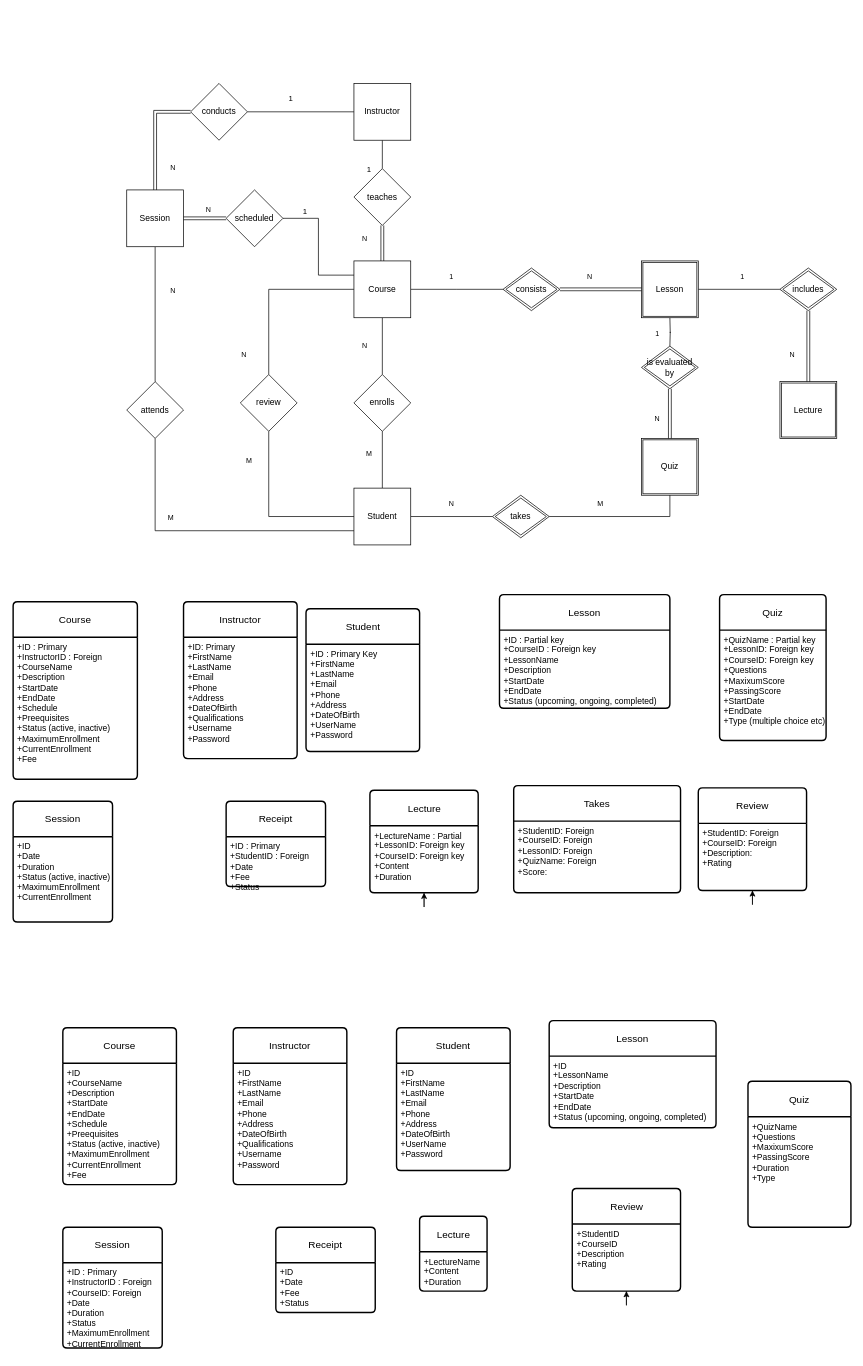
Before: ER.drawio in charisvt/edulink, a draw.io diagram. Source tidied: cells renumbered, new cells numbered last; positions are measured from the earlier drawing's top-left corner, leaving out a move shared by most shapes. Both pictures are drawn from the tidied source at 71%, with x=0, y=0 at pixel (13, 12).
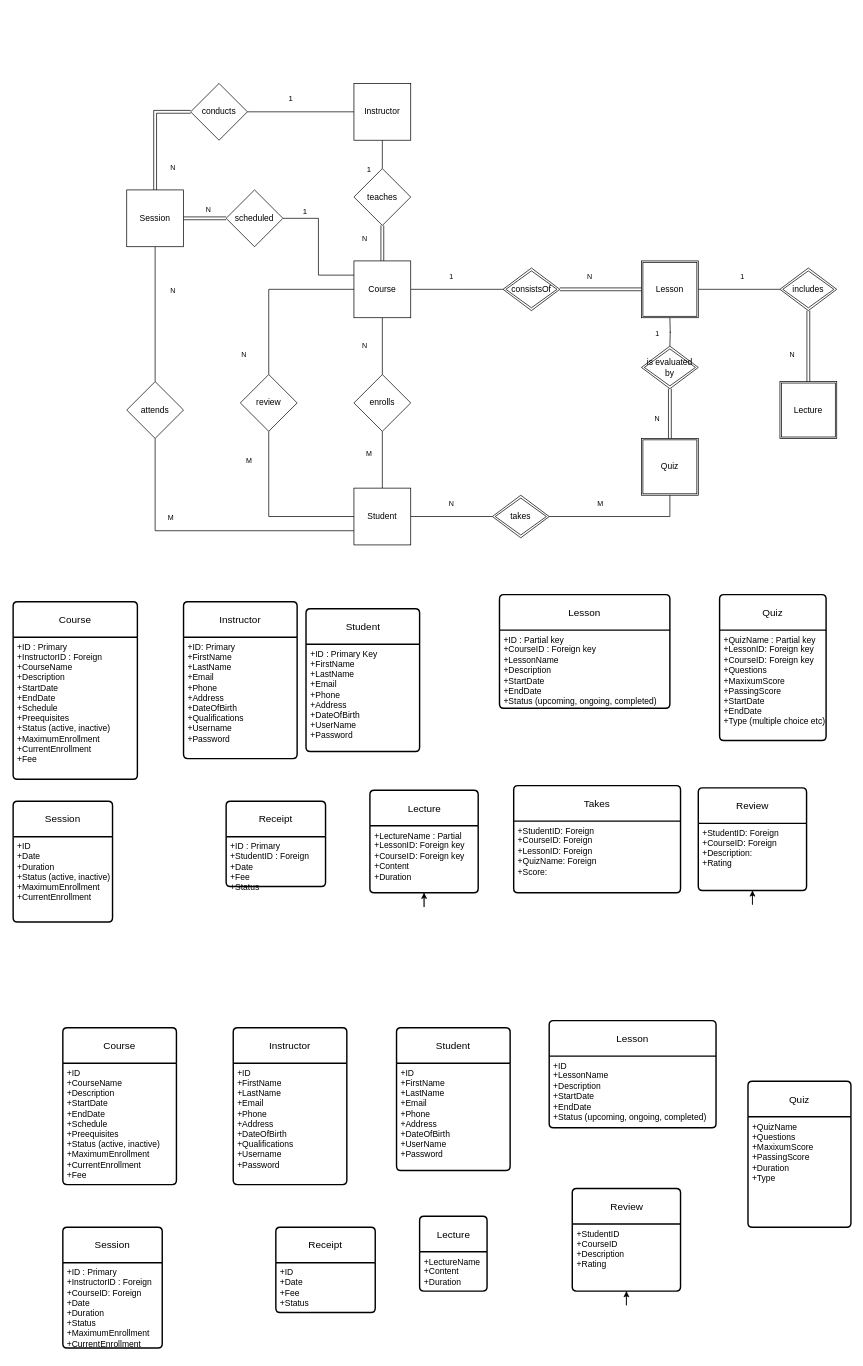
The same diagram, later.

Diff of the diagram source:
```diff
@@
-    <mxCell id="75" value="consists" style="shape=rhombus;double=1;perimeter=rhombusPerimeter;whiteSpace=wrap;html=1;align=center;" parent="1" vertex="1">
+    <mxCell id="75" value="consistsOf" style="shape=rhombus;double=1;perimeter=rhombusPerimeter;whiteSpace=wrap;html=1;align=center;" parent="1" vertex="1">
       <mxGeometry x="690" y="360" width="80" height="60" as="geometry" />
     </mxCell>
```
